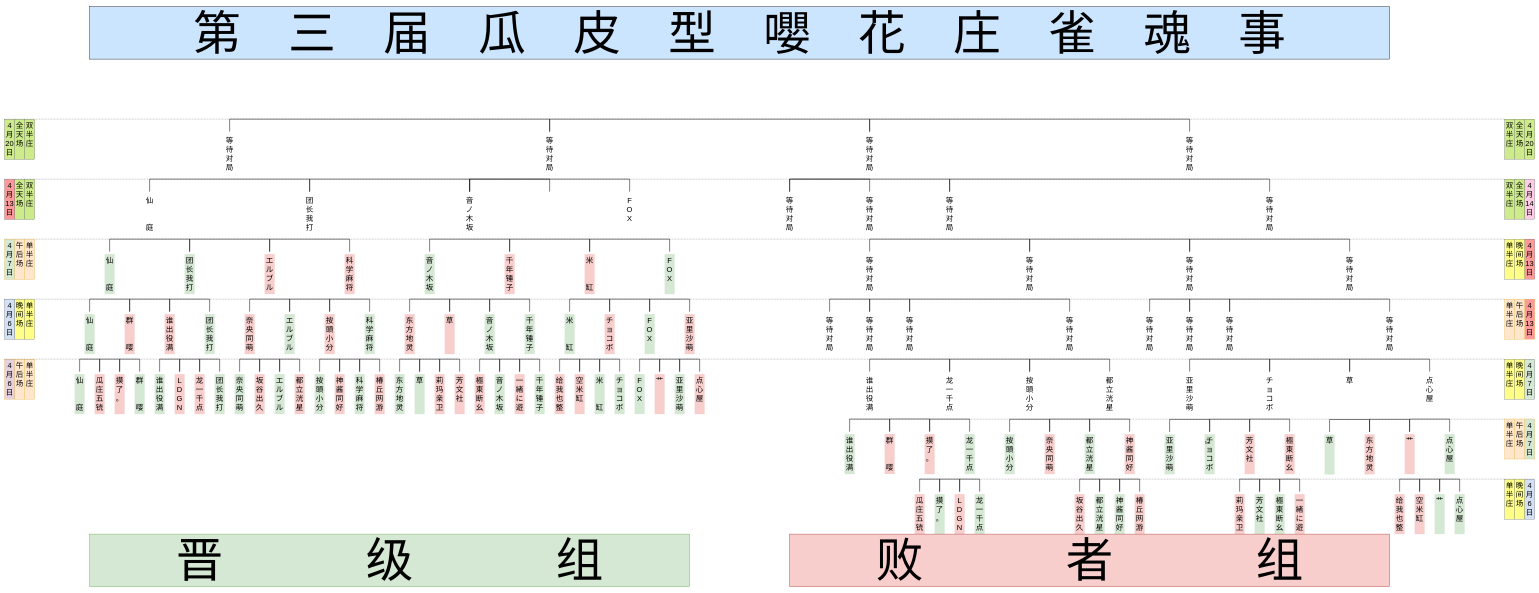
Above: Tree Diagram.drawio in psc2350/pcr.mahjong.pub (draw.io), before the change. Source tidied: cells renumbered, new cells numbered last; positions are measured from the earlier drawing's top-left corner, leaving out a move shared by most shapes. Both pictures are drawn from the tidied source at 25%, with x=0, y=0 at pixel (4, 6).
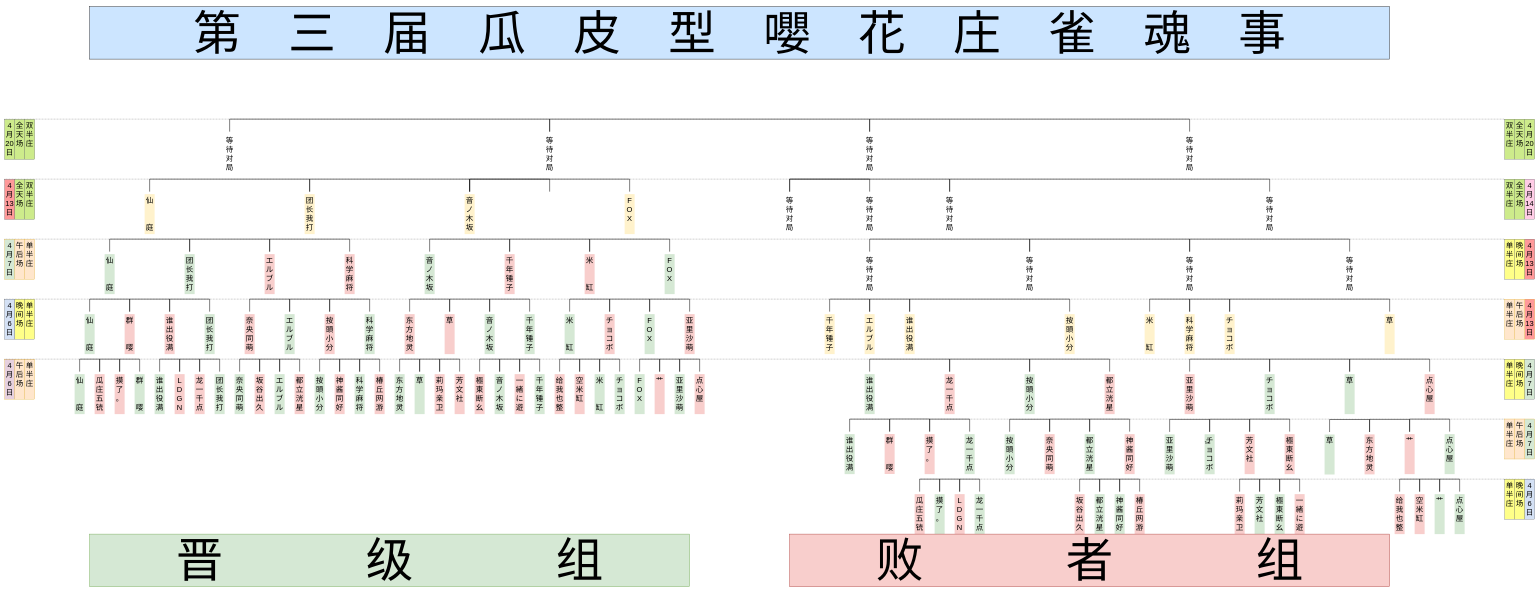
The same page after the edit.

The change refers to these unchanged cells:
```xml
<mxCell id="3" style="group;" parent="1" vertex="1">
  <mxGeometry x="280" y="450" width="5560" height="1660" as="geometry" />
</mxCell>
```

What changed in the source:
```diff
@@
-    <mxCell id="99" value="仙&lt;br&gt;&lt;br&gt;&lt;br&gt;庭&lt;br&gt;" style="text;html=1;strokeColor=none;fillColor=none;align=center;verticalAlign=top;whiteSpace=wrap;rounded=0;fontFamily=FZZhunYuan-M02;horizontal=1;fontSize=30;" parent="3" vertex="1">
+    <mxCell id="99" value="仙&lt;br&gt;&lt;br&gt;&lt;br&gt;庭&lt;br&gt;" style="text;html=1;strokeColor=none;fillColor=#FFF2CC;align=center;verticalAlign=top;whiteSpace=wrap;rounded=0;fontFamily=FZZhunYuan-M02;horizontal=1;fontSize=30;" parent="3" vertex="1">
       <mxGeometry x="280" y="300" width="40" height="160" as="geometry" />
     </mxCell>
-    <mxCell id="100" value="团长我打&lt;br style=&quot;font-size: 30px&quot;&gt;" style="text;html=1;strokeColor=none;fillColor=none;align=center;verticalAlign=top;whiteSpace=wrap;rounded=0;fontFamily=FZZhunYuan-M02;horizontal=1;fontSize=30;" parent="3" vertex="1">
+    <mxCell id="100" value="团长我打&lt;br style=&quot;font-size: 30px&quot;&gt;" style="text;html=1;strokeColor=none;fillColor=#FFF2CC;align=center;verticalAlign=top;whiteSpace=wrap;rounded=0;fontFamily=FZZhunYuan-M02;horizontal=1;fontSize=30;" parent="3" vertex="1">
       <mxGeometry x="920" y="300" width="40" height="160" as="geometry" />
     </mxCell>
-    <mxCell id="101" value="音ノ木坂&lt;br style=&quot;font-size: 30px&quot;&gt;" style="text;html=1;strokeColor=none;fillColor=none;align=center;verticalAlign=top;whiteSpace=wrap;rounded=0;fontFamily=FZZhunYuan-M02;horizontal=1;fontSize=30;" parent="3" vertex="1">
+    <mxCell id="101" value="音ノ木坂&lt;br style=&quot;font-size: 30px&quot;&gt;" style="text;html=1;strokeColor=none;fillColor=#FFF2CC;align=center;verticalAlign=top;whiteSpace=wrap;rounded=0;fontFamily=FZZhunYuan-M02;horizontal=1;fontSize=30;" parent="3" vertex="1">
       <mxGeometry x="1560" y="300" width="40" height="160" as="geometry" />
     </mxCell>
-    <mxCell id="102" value="F&lt;br&gt;O&lt;br&gt;X&lt;br&gt;" style="text;html=1;strokeColor=none;fillColor=none;align=center;verticalAlign=top;whiteSpace=wrap;rounded=0;fontFamily=FZZhunYuan-M02;horizontal=1;fontSize=30;" parent="3" vertex="1">
+    <mxCell id="102" value="F&lt;br&gt;O&lt;br&gt;X&lt;br&gt;" style="text;html=1;strokeColor=none;fillColor=#FFF2CC;align=center;verticalAlign=top;whiteSpace=wrap;rounded=0;fontFamily=FZZhunYuan-M02;horizontal=1;fontSize=30;" parent="3" vertex="1">
       <mxGeometry x="2200" y="300" width="40" height="160" as="geometry" />
     </mxCell>
@@
-    <mxCell id="148" value="谁出役满&lt;br&gt;" style="text;html=1;strokeColor=none;fillColor=none;align=center;verticalAlign=top;whiteSpace=wrap;rounded=0;fontFamily=FZZhunYuan-M02;horizontal=1;fontSize=30;" parent="3" vertex="1">
+    <mxCell id="148" value="谁出役满&lt;br&gt;" style="text;html=1;strokeColor=none;fillColor=#D5E8D4;align=center;verticalAlign=top;whiteSpace=wrap;rounded=0;fontFamily=FZZhunYuan-M02;horizontal=1;fontSize=30;" parent="3" vertex="1">
       <mxGeometry x="3160" y="1020" width="40" height="160" as="geometry" />
     </mxCell>
-    <mxCell id="149" value="龙一千点&lt;br&gt;" style="text;html=1;strokeColor=none;fillColor=none;align=center;verticalAlign=top;whiteSpace=wrap;rounded=0;fontFamily=FZZhunYuan-M02;horizontal=1;fontSize=30;" parent="3" vertex="1">
+    <mxCell id="149" value="龙一千点&lt;br&gt;" style="text;html=1;strokeColor=none;fillColor=#F8CECC;align=center;verticalAlign=top;whiteSpace=wrap;rounded=0;fontFamily=FZZhunYuan-M02;horizontal=1;fontSize=30;" parent="3" vertex="1">
       <mxGeometry x="3480" y="1020" width="40" height="160" as="geometry" />
     </mxCell>
-    <mxCell id="150" value="按頭小分&lt;br&gt;" style="text;html=1;strokeColor=none;fillColor=none;align=center;verticalAlign=top;whiteSpace=wrap;rounded=0;fontFamily=FZZhunYuan-M02;horizontal=1;fontSize=30;" parent="3" vertex="1">
+    <mxCell id="150" value="按頭小分&lt;br&gt;" style="text;html=1;strokeColor=none;fillColor=#D5E8D4;align=center;verticalAlign=top;whiteSpace=wrap;rounded=0;fontFamily=FZZhunYuan-M02;horizontal=1;fontSize=30;" parent="3" vertex="1">
       <mxGeometry x="3800" y="1020" width="40" height="160" as="geometry" />
     </mxCell>
-    <mxCell id="151" value="都立洸星&lt;br&gt;" style="text;html=1;strokeColor=none;fillColor=none;align=center;verticalAlign=top;whiteSpace=wrap;rounded=0;fontFamily=FZZhunYuan-M02;horizontal=1;fontSize=30;" parent="3" vertex="1">
+    <mxCell id="151" value="都立洸星&lt;br&gt;" style="text;html=1;strokeColor=none;fillColor=#F8CECC;align=center;verticalAlign=top;whiteSpace=wrap;rounded=0;fontFamily=FZZhunYuan-M02;horizontal=1;fontSize=30;" parent="3" vertex="1">
       <mxGeometry x="4120" y="1020" width="40" height="160" as="geometry" />
     </mxCell>
@@
-    <mxCell id="155" value="亚里沙萌&lt;br&gt;" style="text;html=1;strokeColor=none;fillColor=none;align=center;verticalAlign=top;whiteSpace=wrap;rounded=0;fontFamily=FZZhunYuan-M02;horizontal=1;fontSize=30;" parent="3" vertex="1">
+    <mxCell id="155" value="亚里沙萌&lt;br&gt;" style="text;html=1;strokeColor=none;fillColor=#F8CECC;align=center;verticalAlign=top;whiteSpace=wrap;rounded=0;fontFamily=FZZhunYuan-M02;horizontal=1;fontSize=30;" parent="3" vertex="1">
       <mxGeometry x="4440" y="1020" width="40" height="160" as="geometry" />
     </mxCell>
-    <mxCell id="156" value="チョコボ&lt;br&gt;" style="text;html=1;strokeColor=none;fillColor=none;align=center;verticalAlign=top;whiteSpace=wrap;rounded=0;fontFamily=FZZhunYuan-M02;horizontal=1;fontSize=30;" parent="3" vertex="1">
+    <mxCell id="156" value="チョコボ&lt;br&gt;" style="text;html=1;strokeColor=none;fillColor=#D5E8D4;align=center;verticalAlign=top;whiteSpace=wrap;rounded=0;fontFamily=FZZhunYuan-M02;horizontal=1;fontSize=30;" parent="3" vertex="1">
       <mxGeometry x="4760" y="1020" width="40" height="160" as="geometry" />
     </mxCell>
-    <mxCell id="157" value="草&lt;br&gt;" style="text;html=1;strokeColor=none;fillColor=none;align=center;verticalAlign=top;whiteSpace=wrap;rounded=0;fontFamily=FZZhunYuan-M02;horizontal=1;fontSize=30;" parent="3" vertex="1">
+    <mxCell id="157" value="草&lt;br&gt;" style="text;html=1;strokeColor=none;fillColor=#D5E8D4;align=center;verticalAlign=top;whiteSpace=wrap;rounded=0;fontFamily=FZZhunYuan-M02;horizontal=1;fontSize=30;" parent="3" vertex="1">
       <mxGeometry x="5080" y="1020" width="40" height="160" as="geometry" />
     </mxCell>
-    <mxCell id="158" value="点心屋&lt;br&gt;" style="text;html=1;strokeColor=none;fillColor=none;align=center;verticalAlign=top;whiteSpace=wrap;rounded=0;fontFamily=FZZhunYuan-M02;horizontal=1;fontSize=30;" parent="3" vertex="1">
+    <mxCell id="158" value="点心屋&lt;br&gt;" style="text;html=1;strokeColor=none;fillColor=#F8CECC;align=center;verticalAlign=top;whiteSpace=wrap;rounded=0;fontFamily=FZZhunYuan-M02;horizontal=1;fontSize=30;" parent="3" vertex="1">
       <mxGeometry x="5400" y="1020" width="40" height="160" as="geometry" />
     </mxCell>
@@
-    <mxCell id="162" value="等待对局&lt;br&gt;" style="text;html=1;strokeColor=none;fillColor=none;align=center;verticalAlign=top;whiteSpace=wrap;rounded=0;fontFamily=FZZhunYuan-M02;horizontal=1;fontSize=30;" parent="3" vertex="1">
+    <mxCell id="162" value="谁出役满&lt;br&gt;" style="text;html=1;strokeColor=none;fillColor=#FFF2CC;align=center;verticalAlign=top;whiteSpace=wrap;rounded=0;fontFamily=FZZhunYuan-M02;horizontal=1;fontSize=30;" parent="3" vertex="1">
       <mxGeometry x="3320" y="780" width="40" height="160" as="geometry" />
     </mxCell>
-    <mxCell id="163" value="等待对局&lt;br&gt;" style="text;html=1;strokeColor=none;fillColor=none;align=center;verticalAlign=top;whiteSpace=wrap;rounded=0;fontFamily=FZZhunYuan-M02;horizontal=1;fontSize=30;" parent="3" vertex="1">
+    <mxCell id="163" value="按頭小分&lt;br&gt;" style="text;html=1;strokeColor=none;fillColor=#FFF2CC;align=center;verticalAlign=top;whiteSpace=wrap;rounded=0;fontFamily=FZZhunYuan-M02;horizontal=1;fontSize=30;" parent="3" vertex="1">
       <mxGeometry x="3960" y="780" width="40" height="160" as="geometry" />
     </mxCell>
-    <mxCell id="164" value="等待对局&lt;br&gt;" style="text;html=1;strokeColor=none;fillColor=none;align=center;verticalAlign=top;whiteSpace=wrap;rounded=0;fontFamily=FZZhunYuan-M02;horizontal=1;fontSize=30;" parent="3" vertex="1">
+    <mxCell id="164" value="チョコボ&lt;br&gt;" style="text;html=1;strokeColor=none;fillColor=#FFF2CC;align=center;verticalAlign=top;whiteSpace=wrap;rounded=0;fontFamily=FZZhunYuan-M02;horizontal=1;fontSize=30;" parent="3" vertex="1">
       <mxGeometry x="4600" y="780" width="40" height="160" as="geometry" />
     </mxCell>
-    <mxCell id="165" value="等待对局&lt;br&gt;" style="text;html=1;strokeColor=none;fillColor=none;align=center;verticalAlign=top;whiteSpace=wrap;rounded=0;fontFamily=FZZhunYuan-M02;horizontal=1;fontSize=30;" parent="3" vertex="1">
+    <mxCell id="165" value="草&lt;br&gt;" style="text;html=1;strokeColor=none;fillColor=#FFF2CC;align=center;verticalAlign=top;whiteSpace=wrap;rounded=0;fontFamily=FZZhunYuan-M02;horizontal=1;fontSize=30;" parent="3" vertex="1">
       <mxGeometry x="5240" y="780" width="40" height="160" as="geometry" />
     </mxCell>
@@
-    <mxCell id="168" value="等待对局&lt;br&gt;" style="text;html=1;strokeColor=none;fillColor=none;align=center;verticalAlign=top;whiteSpace=wrap;rounded=0;fontFamily=FZZhunYuan-M02;horizontal=1;fontSize=30;" parent="3" vertex="1">
+    <mxCell id="168" value="千年锤子&lt;br&gt;" style="text;html=1;strokeColor=none;fillColor=#FFF2CC;align=center;verticalAlign=top;whiteSpace=wrap;rounded=0;fontFamily=FZZhunYuan-M02;horizontal=1;fontSize=30;" parent="3" vertex="1">
       <mxGeometry x="3000" y="780" width="40" height="160" as="geometry" />
     </mxCell>
-    <mxCell id="169" value="等待对局&lt;br&gt;" style="text;html=1;strokeColor=none;fillColor=none;align=center;verticalAlign=top;whiteSpace=wrap;rounded=0;fontFamily=FZZhunYuan-M02;horizontal=1;fontSize=30;" parent="3" vertex="1">
+    <mxCell id="169" value="エルブル&lt;br&gt;" style="text;html=1;strokeColor=none;fillColor=#FFF2CC;align=center;verticalAlign=top;whiteSpace=wrap;rounded=0;fontFamily=FZZhunYuan-M02;horizontal=1;fontSize=30;" parent="3" vertex="1">
       <mxGeometry x="3160" y="780" width="40" height="160" as="geometry" />
     </mxCell>
@@
-    <mxCell id="172" value="等待对局&lt;br&gt;" style="text;html=1;strokeColor=none;fillColor=none;align=center;verticalAlign=top;whiteSpace=wrap;rounded=0;fontFamily=FZZhunYuan-M02;horizontal=1;fontSize=30;" parent="3" vertex="1">
+    <mxCell id="172" value="米&lt;br&gt;&lt;br&gt;&lt;br&gt;缸&lt;br&gt;" style="text;html=1;strokeColor=none;fillColor=#FFF2CC;align=center;verticalAlign=top;whiteSpace=wrap;rounded=0;fontFamily=FZZhunYuan-M02;horizontal=1;fontSize=30;" parent="3" vertex="1">
       <mxGeometry x="4280" y="780" width="40" height="160" as="geometry" />
     </mxCell>
-    <mxCell id="173" value="等待对局&lt;br&gt;" style="text;html=1;strokeColor=none;fillColor=none;align=center;verticalAlign=top;whiteSpace=wrap;rounded=0;fontFamily=FZZhunYuan-M02;horizontal=1;fontSize=30;" parent="3" vertex="1">
+    <mxCell id="173" value="科学麻将&lt;br&gt;" style="text;html=1;strokeColor=none;fillColor=#FFF2CC;align=center;verticalAlign=top;whiteSpace=wrap;rounded=0;fontFamily=FZZhunYuan-M02;horizontal=1;fontSize=30;" parent="3" vertex="1">
       <mxGeometry x="4440" y="780" width="40" height="160" as="geometry" />
     </mxCell>
```
